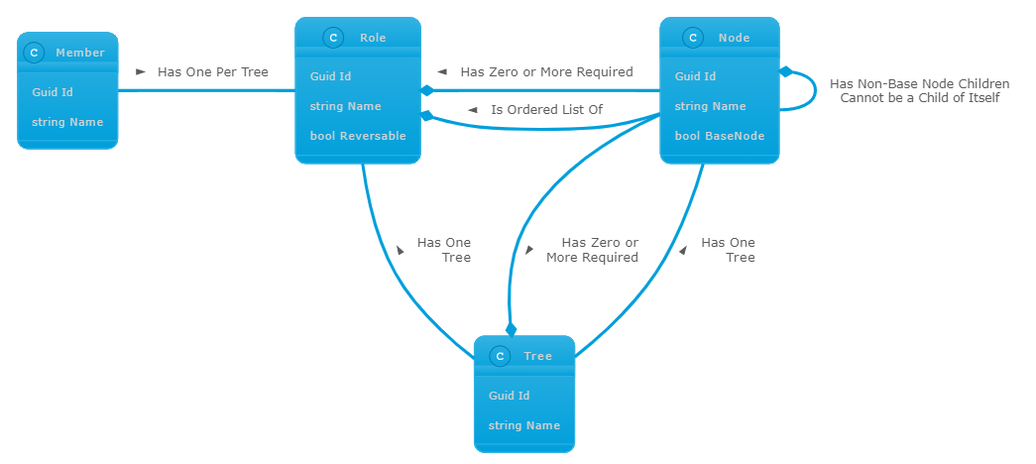
This is docs/RoleDomainModelMap.png from rtranchilla/RoleManagement, a PlantUML export, as it was before one commit. Its source is kept beside it as docs/RoleDomainModelMap.pu. The source it was exported from:
```plantuml
@startuml Role Domain Model Map
!theme bluegray
class Member {
  Guid Id
  string Name
}

class Node {
  Guid Id
  string Name
  bool BaseNode
}

class Role {
  Guid Id
  string Name
  bool Reversable
}

class Tree {
  Guid Id
  string Name
}

Node *- Node : Has Non-Base Node Children\nCannot be a Child of Itself
Role *- Node : Is Ordered List Of <
Role --- Tree : Has One\rTree <
Node --- Tree : Has One\rTree <
Member - Role : Has One Per Tree >
Tree *-- Node : Has Zero or\rMore Required <
Role *-- Node : Has Zero or More Required <

@enduml
```
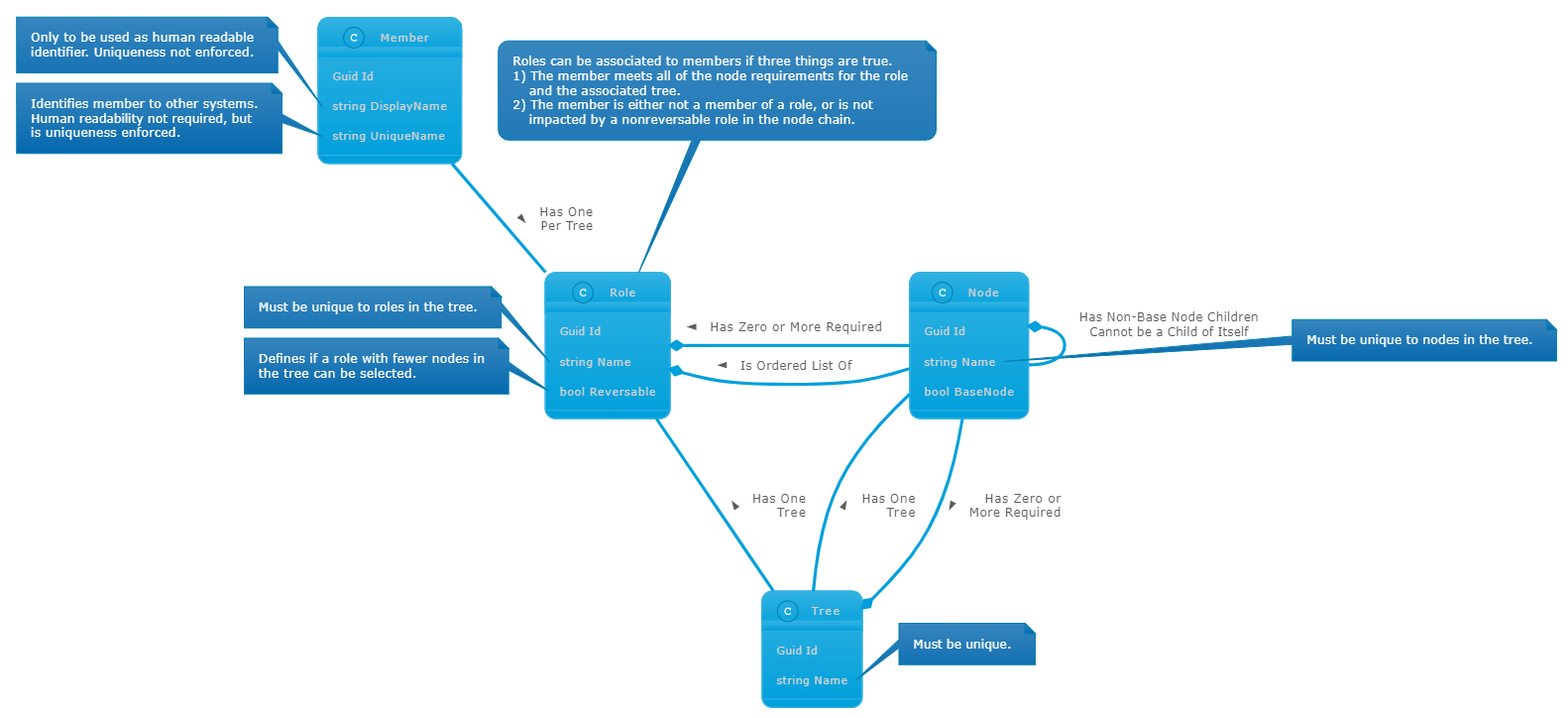
After the commit.

Commit message:
Updated model map diagrams

The edit, as a diff of the source:
```diff
@@ -2,14 +2,28 @@
 !theme bluegray
 class Member {
   Guid Id
-  string Name
+  string DisplayName
+  string UniqueName
 }
+
+note left of Member::DisplayName
+  Only to be used as human readable
+  identifier. Uniqueness not enforced.
+end note
+note left of Member::UniqueName
+  Identifies member to other systems.
+  Human readability not required, but
+  is uniqueness enforced.
+end note
 
 class Node {
   Guid Id
   string Name
   bool BaseNode
 }
+note right of Node::Name
+  Must be unique to nodes in the tree.
+end note
 
 class Role {
   Guid Id
@@ -17,16 +31,34 @@
   bool Reversable
 }
 
+note top of Role
+  Roles can be associated to members if three things are true.
+  1) The member meets all of the node requirements for the role
+      and the associated tree.
+  2) The member is either not a member of a role, or is not
+      impacted by a nonreversable role in the node chain.
+end note
+note left of Role::Name
+  Must be unique to roles in the tree.
+end note
+note left of Role::Reversable
+  Defines if a role with fewer nodes in
+  the tree can be selected.
+end note
+
 class Tree {
   Guid Id
   string Name
 }
+note right of Tree::Name
+  Must be unique.
+end note
 
-Node *- Node : Has Non-Base Node Children\nCannot be a Child of Itself
+Node *- Node : Has Non-Base Node Children\nCannot be a Child of Itself\n\n\n
 Role *- Node : Is Ordered List Of <
 Role --- Tree : Has One\rTree <
 Node --- Tree : Has One\rTree <
-Member - Role : Has One Per Tree >
+Member == Role : Has One\rPer Tree >
 Tree *-- Node : Has Zero or\rMore Required <
 Role *-- Node : Has Zero or More Required <
 
```
